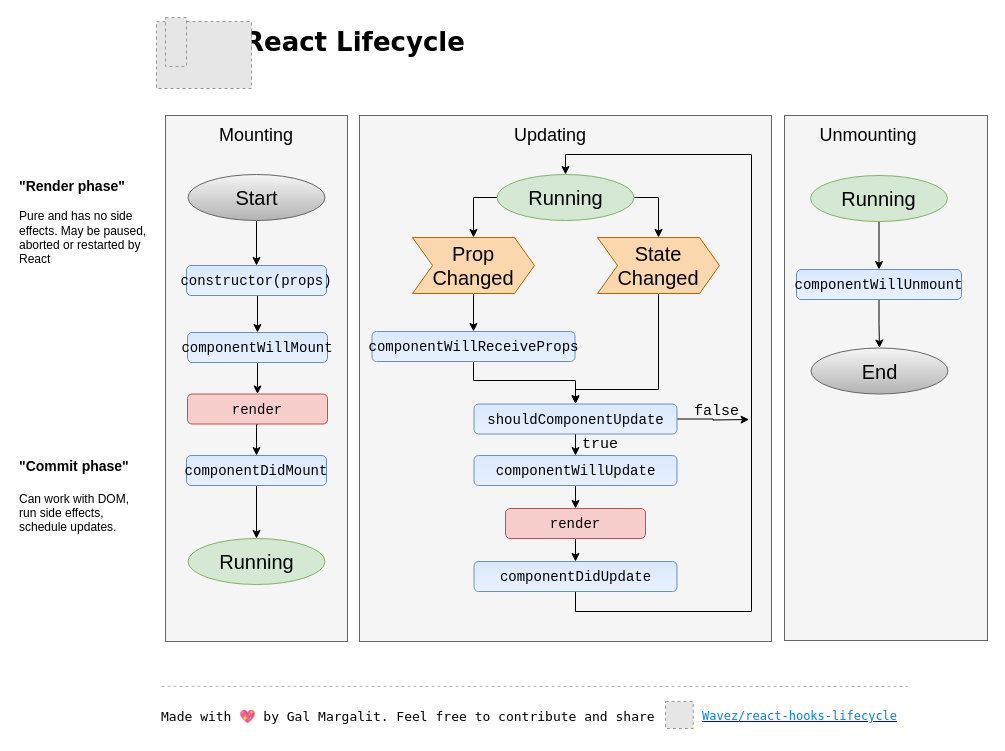
Before: page "Page-1" (1 of 5) of PPT/1111/react_lifecycle.drawio in Berlinetta/react-hooks-demo, a draw.io diagram. Source tidied: cells renumbered, new cells numbered last; positions are measured from the earlier drawing's top-left corner, leaving out a move shared by most shapes. Both pictures are drawn from the tidied source at 100%, with x=0, y=0 at pixel (17, 17). Pictures stored in the file or linked from it are replaced by grey dashed boxes.
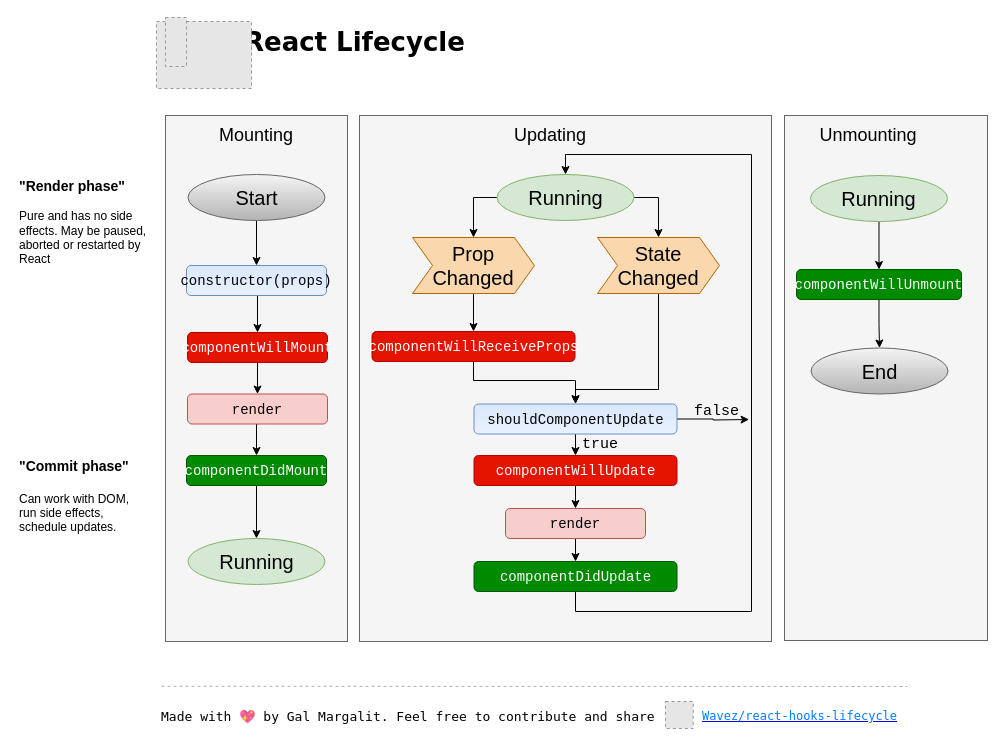
The same page after the edit.

Change to the diagram source:
```diff
@@
-    <mxCell id="20" value="&lt;h3 id=&quot;static-getderivedstatefromprops&quot;&gt;&lt;code style=&quot;font-weight: normal&quot;&gt;&lt;font style=&quot;font-size: 14px&quot;&gt;componentWillMount&lt;/font&gt;&lt;/code&gt;&lt;/h3&gt;" style="rounded=1;whiteSpace=wrap;html=1;fillColor=#dae8fc;strokeColor=#6c8ebf;gradientColor=#E8F1FF;" parent="1" vertex="1">
+    <mxCell id="20" value="&lt;h3 id=&quot;static-getderivedstatefromprops&quot;&gt;&lt;code style=&quot;font-weight: normal&quot;&gt;&lt;font style=&quot;font-size: 14px&quot;&gt;componentWillMount&lt;/font&gt;&lt;/code&gt;&lt;/h3&gt;" style="rounded=1;whiteSpace=wrap;html=1;fillColor=#e51400;strokeColor=#B20000;fontColor=#ffffff;" parent="1" vertex="1">
       <mxGeometry x="170" y="315" width="140" height="30" as="geometry" />
     </mxCell>
@@
-    <mxCell id="24" value="&lt;h3 id=&quot;static-getderivedstatefromprops&quot;&gt;&lt;code style=&quot;font-weight: normal&quot;&gt;&lt;font style=&quot;font-size: 14px&quot;&gt;componentDidMount&lt;/font&gt;&lt;/code&gt;&lt;/h3&gt;" style="rounded=1;whiteSpace=wrap;html=1;fillColor=#dae8fc;strokeColor=#6c8ebf;gradientColor=#E8F1FF;" parent="1" vertex="1">
+    <mxCell id="24" value="&lt;h3 id=&quot;static-getderivedstatefromprops&quot;&gt;&lt;code style=&quot;font-weight: normal&quot;&gt;&lt;font style=&quot;font-size: 14px&quot;&gt;componentDidMount&lt;/font&gt;&lt;/code&gt;&lt;/h3&gt;" style="rounded=1;whiteSpace=wrap;html=1;fillColor=#008a00;strokeColor=#005700;fontColor=#ffffff;" parent="1" vertex="1">
       <mxGeometry x="169" y="438" width="140" height="30" as="geometry" />
     </mxCell>
@@
-    <mxCell id="37" value="&lt;h3 id=&quot;static-getderivedstatefromprops&quot;&gt;&lt;code style=&quot;font-weight: normal&quot;&gt;&lt;font style=&quot;font-size: 14px&quot;&gt;componentWillUnmount&lt;/font&gt;&lt;/code&gt;&lt;/h3&gt;" style="rounded=1;whiteSpace=wrap;html=1;fillColor=#dae8fc;strokeColor=#6c8ebf;gradientColor=#E8F1FF;" parent="1" vertex="1">
+    <mxCell id="37" value="&lt;h3 id=&quot;static-getderivedstatefromprops&quot;&gt;&lt;code style=&quot;font-weight: normal&quot;&gt;&lt;font style=&quot;font-size: 14px&quot;&gt;componentWillUnmount&lt;/font&gt;&lt;/code&gt;&lt;/h3&gt;" style="rounded=1;whiteSpace=wrap;html=1;fillColor=#008a00;strokeColor=#005700;fontColor=#ffffff;" parent="1" vertex="1">
       <mxGeometry x="779" y="252" width="165" height="30" as="geometry" />
     </mxCell>
@@
-    <mxCell id="44" value="&lt;h3 id=&quot;static-getderivedstatefromprops&quot;&gt;&lt;code style=&quot;font-weight: normal&quot;&gt;&lt;font style=&quot;font-size: 14px&quot;&gt;componentWillUpdate&lt;/font&gt;&lt;/code&gt;&lt;/h3&gt;" style="rounded=1;whiteSpace=wrap;html=1;fillColor=#dae8fc;strokeColor=#6c8ebf;gradientColor=#E8F1FF;" parent="1" vertex="1">
+    <mxCell id="44" value="&lt;h3 id=&quot;static-getderivedstatefromprops&quot;&gt;&lt;code style=&quot;font-weight: normal&quot;&gt;&lt;font style=&quot;font-size: 14px&quot;&gt;componentWillUpdate&lt;/font&gt;&lt;/code&gt;&lt;/h3&gt;" style="rounded=1;whiteSpace=wrap;html=1;fillColor=#e51400;strokeColor=#B20000;fontColor=#ffffff;" parent="1" vertex="1">
       <mxGeometry x="456.5" y="438" width="203" height="30" as="geometry" />
     </mxCell>
@@
-    <mxCell id="46" value="&lt;h3 id=&quot;static-getderivedstatefromprops&quot;&gt;&lt;code style=&quot;font-weight: normal&quot;&gt;&lt;font style=&quot;font-size: 14px&quot;&gt;componentWillReceiveProps&lt;/font&gt;&lt;/code&gt;&lt;/h3&gt;" style="rounded=1;whiteSpace=wrap;html=1;fillColor=#dae8fc;strokeColor=#6c8ebf;gradientColor=#E8F1FF;" parent="1" vertex="1">
+    <mxCell id="46" value="&lt;h3 id=&quot;static-getderivedstatefromprops&quot;&gt;&lt;code style=&quot;font-weight: normal&quot;&gt;&lt;font style=&quot;font-size: 14px&quot;&gt;componentWillReceiveProps&lt;/font&gt;&lt;/code&gt;&lt;/h3&gt;" style="rounded=1;whiteSpace=wrap;html=1;fillColor=#e51400;strokeColor=#B20000;fontColor=#ffffff;" parent="1" vertex="1">
       <mxGeometry x="354.5" y="314" width="203" height="30" as="geometry" />
     </mxCell>
@@
-    <mxCell id="53" value="&lt;h3 id=&quot;static-getderivedstatefromprops&quot;&gt;&lt;code style=&quot;font-weight: normal&quot;&gt;&lt;font style=&quot;font-size: 14px&quot;&gt;componentDidUpdate&lt;/font&gt;&lt;/code&gt;&lt;/h3&gt;" style="rounded=1;whiteSpace=wrap;html=1;fillColor=#dae8fc;strokeColor=#6c8ebf;gradientColor=#E8F1FF;" parent="1" vertex="1">
+    <mxCell id="53" value="&lt;h3 id=&quot;static-getderivedstatefromprops&quot;&gt;&lt;code style=&quot;font-weight: normal&quot;&gt;&lt;font style=&quot;font-size: 14px&quot;&gt;componentDidUpdate&lt;/font&gt;&lt;/code&gt;&lt;/h3&gt;" style="rounded=1;whiteSpace=wrap;html=1;fillColor=#008a00;strokeColor=#005700;fontColor=#ffffff;" parent="1" vertex="1">
       <mxGeometry x="456.5" y="544" width="203" height="30" as="geometry" />
     </mxCell>
```
